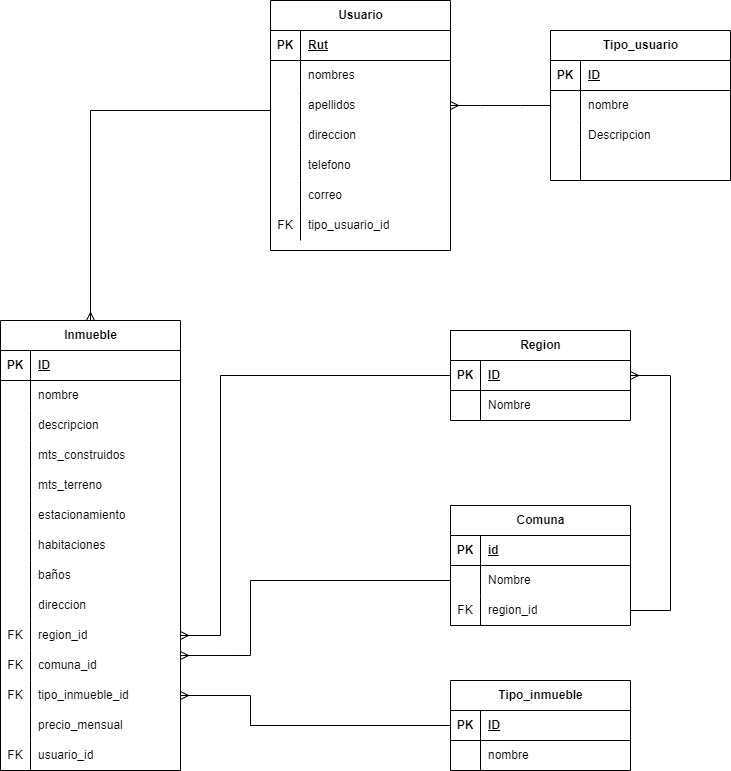
This is modelos/inmueble_diagrama.png from errante13/ProyectoM7, a draw.io export, as it was before one commit. Source tidied: cells renumbered, new cells last; positions are measured from the earlier drawing's top-left corner, leaving out a move shared by most shapes.
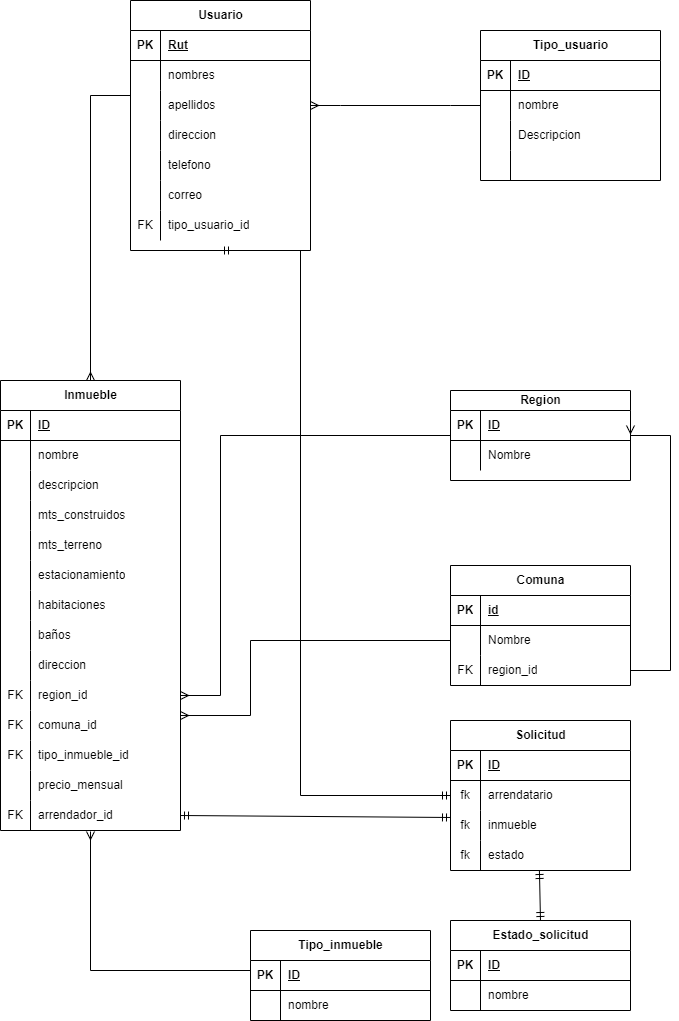
Above is the later version.

What changed in the source:
```diff
@@ -3,7 +3,7 @@
     <mxCell id="0" />
     <mxCell id="1" parent="0" />
     <mxCell id="2" value="Usuario" style="shape=table;startSize=30;rowLines=0;fontStyle=1;align=center;html=1;" parent="1" vertex="1">
-      <mxGeometry x="270" width="180" height="250" as="geometry" />
+      <mxGeometry x="130" y="-60" width="180" height="250" as="geometry" />
     </mxCell>
     <mxCell id="3" style="shape=tableRow;horizontal=0;startSize=0;swimlaneHead=0;swimlaneBody=0;fillColor=none;points=[[0,0.5],[1,0.5]];portConstraint=eastwest;top=0;left=0;right=0;bottom=1;" parent="2" vertex="1">
       <mxGeometry y="30" width="180" height="30" as="geometry" />
@@ -69,7 +69,7 @@
       <mxGeometry x="30" width="150" height="30" as="geometry" />
     </mxCell>
     <mxCell id="24" value="Tipo_usuario" style="shape=table;startSize=30;rowLines=0;fontStyle=1;align=center;html=1;" parent="1" vertex="1">
-      <mxGeometry x="550" y="30" width="180" height="150" as="geometry" />
+      <mxGeometry x="480" y="-30" width="180" height="150" as="geometry" />
     </mxCell>
     <mxCell id="25" style="shape=tableRow;horizontal=0;startSize=0;swimlaneHead=0;swimlaneBody=0;fillColor=none;top=0;left=0;right=0;bottom=1;" parent="24" vertex="1">
       <mxGeometry y="30" width="180" height="30" as="geometry" />
@@ -236,11 +236,11 @@
     <mxCell id="79" value="FK" style="shape=partialRectangle;fillColor=none;top=0;left=0;bottom=0;right=0;overflow=hidden;whiteSpace=wrap;html=1;" parent="78" vertex="1">
       <mxGeometry width="30" height="30" as="geometry" />
     </mxCell>
-    <mxCell id="80" value="usuario_id" style="shape=partialRectangle;fillColor=none;top=0;left=0;bottom=0;right=0;align=left;spacingLeft=6;overflow=hidden;whiteSpace=wrap;html=1;" parent="78" vertex="1">
+    <mxCell id="80" value="arrendador_id" style="shape=partialRectangle;fillColor=none;top=0;left=0;bottom=0;right=0;align=left;spacingLeft=6;overflow=hidden;whiteSpace=wrap;html=1;" parent="78" vertex="1">
       <mxGeometry x="30" width="150" height="30" as="geometry" />
     </mxCell>
     <mxCell id="81" value="Tipo_inmueble" style="shape=table;startSize=30;rowLines=0;fontStyle=1;align=center;html=1;" parent="1" vertex="1">
-      <mxGeometry x="450" y="680" width="180" height="90" as="geometry" />
+      <mxGeometry x="250" y="870" width="180" height="90" as="geometry" />
     </mxCell>
     <mxCell id="82" style="shape=tableRow;horizontal=0;startSize=0;swimlaneHead=0;swimlaneBody=0;fillColor=none;points=[[0,0.5],[1,0.5]];portConstraint=eastwest;top=0;left=0;right=0;bottom=1;" parent="81" vertex="1">
       <mxGeometry y="30" width="180" height="30" as="geometry" />
@@ -260,11 +260,11 @@
     <mxCell id="87" value="nombre" style="shape=partialRectangle;fillColor=none;top=0;left=0;bottom=0;right=0;align=left;spacingLeft=6;overflow=hidden;whiteSpace=wrap;html=1;" parent="85" vertex="1">
       <mxGeometry x="30" width="150" height="30" as="geometry" />
     </mxCell>
-    <mxCell id="88" value="Region" style="shape=table;startSize=30;rowLines=0;fontStyle=1;align=center;html=1;" parent="1" vertex="1">
+    <mxCell id="88" value="Region" style="shape=table;startSize=20;rowLines=0;fontStyle=1;align=center;html=1;" parent="1" vertex="1">
       <mxGeometry x="450" y="330" width="180" height="90" as="geometry" />
     </mxCell>
     <mxCell id="89" style="shape=tableRow;horizontal=0;startSize=0;swimlaneHead=0;swimlaneBody=0;fillColor=none;points=[[0,0.5],[1,0.5]];portConstraint=eastwest;top=0;left=0;right=0;bottom=1;" parent="88" vertex="1">
-      <mxGeometry y="30" width="180" height="30" as="geometry" />
+      <mxGeometry y="20" width="180" height="30" as="geometry" />
     </mxCell>
     <mxCell id="90" value="PK" style="shape=partialRectangle;fillColor=none;top=0;left=0;bottom=0;right=0;fontStyle=1;overflow=hidden;whiteSpace=wrap;html=1;" parent="89" vertex="1">
       <mxGeometry width="30" height="30" as="geometry" />
@@ -273,7 +273,7 @@
       <mxGeometry x="30" width="150" height="30" as="geometry" />
     </mxCell>
     <mxCell id="92" style="shape=tableRow;horizontal=0;startSize=0;swimlaneHead=0;swimlaneBody=0;fillColor=none;top=0;left=0;right=0;bottom=0;" parent="88" vertex="1">
-      <mxGeometry y="60" width="180" height="30" as="geometry" />
+      <mxGeometry y="50" width="180" height="30" as="geometry" />
     </mxCell>
     <mxCell id="93" style="shape=partialRectangle;fillColor=none;top=0;left=0;bottom=0;right=0;overflow=hidden;whiteSpace=wrap;html=1;" parent="92" vertex="1">
       <mxGeometry width="30" height="30" as="geometry" />
@@ -335,21 +335,94 @@
         </Array>
       </mxGeometry>
     </mxCell>
-    <mxCell id="108" style="fontSize=12;html=1;endArrow=ERmany;rounded=0;exitX=0;exitY=0.5;exitDx=0;exitDy=0;entryX=1;entryY=0.5;entryDx=0;entryDy=0;edgeStyle=orthogonalEdgeStyle;" parent="1" edge="1" source="82" target="72">
+    <mxCell id="108" style="fontSize=12;html=1;endArrow=ERmany;rounded=0;exitX=0;exitY=0.5;exitDx=0;exitDy=0;entryX=0.5;entryY=1.033;entryDx=0;entryDy=0;edgeStyle=orthogonalEdgeStyle;entryPerimeter=0;" parent="1" edge="1" source="82" target="78">
       <mxGeometry relative="1" as="geometry">
         <Array as="points">
-          <mxPoint x="250" y="725" />
-          <mxPoint x="250" y="695" />
+          <mxPoint x="250" y="910" />
+          <mxPoint x="90" y="910" />
         </Array>
       </mxGeometry>
     </mxCell>
     <mxCell id="109" style="edgeStyle=orthogonalEdgeStyle;fontSize=12;html=1;endArrow=ERmany;rounded=0;entryX=0.5;entryY=0;entryDx=0;entryDy=0;exitX=0;exitY=0.5;exitDx=0;exitDy=0;" parent="1" edge="1" source="3" target="38">
       <mxGeometry relative="1" as="geometry">
         <Array as="points">
-          <mxPoint x="270" y="110" />
-          <mxPoint x="90" y="110" />
+          <mxPoint x="90" y="35" />
         </Array>
       </mxGeometry>
     </mxCell>
+    <mxCell id="110" value="Solicitud" style="shape=table;startSize=30;rowLines=0;fontStyle=1;align=center;html=1;" parent="1" vertex="1">
+      <mxGeometry x="450" y="660" width="180" height="150" as="geometry" />
+    </mxCell>
+    <mxCell id="111" style="shape=tableRow;horizontal=0;startSize=0;swimlaneHead=0;swimlaneBody=0;fillColor=none;top=0;left=0;right=0;bottom=1;" parent="110" vertex="1">
+      <mxGeometry y="30" width="180" height="30" as="geometry" />
+    </mxCell>
+    <mxCell id="112" value="PK" style="shape=partialRectangle;fillColor=none;top=0;left=0;bottom=0;right=0;fontStyle=1;overflow=hidden;whiteSpace=wrap;html=1;" parent="111" vertex="1">
+      <mxGeometry width="30" height="30" as="geometry" />
+    </mxCell>
+    <mxCell id="113" value="ID" style="shape=partialRectangle;fillColor=none;top=0;left=0;bottom=0;right=0;align=left;spacingLeft=6;fontStyle=5;overflow=hidden;whiteSpace=wrap;html=1;" parent="111" vertex="1">
+      <mxGeometry x="30" width="150" height="30" as="geometry" />
+    </mxCell>
+    <mxCell id="114" style="shape=tableRow;horizontal=0;startSize=0;swimlaneHead=0;swimlaneBody=0;fillColor=none;points=[[0,0.5],[1,0.5]];portConstraint=eastwest;top=0;left=0;right=0;bottom=0;" parent="110" vertex="1">
+      <mxGeometry y="60" width="180" height="30" as="geometry" />
+    </mxCell>
+    <mxCell id="115" value="fk" style="shape=partialRectangle;fillColor=none;top=0;left=0;bottom=0;right=0;overflow=hidden;whiteSpace=wrap;html=1;" parent="114" vertex="1">
+      <mxGeometry width="30" height="30" as="geometry" />
+    </mxCell>
+    <mxCell id="116" value="arrendatario" style="shape=partialRectangle;fillColor=none;top=0;left=0;bottom=0;right=0;align=left;spacingLeft=6;overflow=hidden;whiteSpace=wrap;html=1;" parent="114" vertex="1">
+      <mxGeometry x="30" width="150" height="30" as="geometry" />
+    </mxCell>
+    <mxCell id="117" style="shape=tableRow;horizontal=0;startSize=0;swimlaneHead=0;swimlaneBody=0;fillColor=none;points=[[0,0.5],[1,0.5]];portConstraint=eastwest;top=0;left=0;right=0;bottom=0;" parent="110" vertex="1">
+      <mxGeometry y="90" width="180" height="30" as="geometry" />
+    </mxCell>
+    <mxCell id="118" value="fk" style="shape=partialRectangle;fillColor=none;top=0;left=0;bottom=0;right=0;overflow=hidden;whiteSpace=wrap;html=1;" parent="117" vertex="1">
+      <mxGeometry width="30" height="30" as="geometry" />
+    </mxCell>
+    <mxCell id="119" value="inmueble" style="shape=partialRectangle;fillColor=none;top=0;left=0;bottom=0;right=0;align=left;spacingLeft=6;overflow=hidden;whiteSpace=wrap;html=1;" parent="117" vertex="1">
+      <mxGeometry x="30" width="150" height="30" as="geometry" />
+    </mxCell>
+    <mxCell id="120" style="shape=tableRow;horizontal=0;startSize=0;swimlaneHead=0;swimlaneBody=0;fillColor=none;points=[[0,0.5],[1,0.5]];portConstraint=eastwest;top=0;left=0;right=0;bottom=0;" parent="110" vertex="1">
+      <mxGeometry y="120" width="180" height="30" as="geometry" />
+    </mxCell>
+    <mxCell id="121" value="fk" style="shape=partialRectangle;fillColor=none;top=0;left=0;bottom=0;right=0;overflow=hidden;whiteSpace=wrap;html=1;" parent="120" vertex="1">
+      <mxGeometry width="30" height="30" as="geometry" />
+    </mxCell>
+    <mxCell id="122" value="estado" style="shape=partialRectangle;fillColor=none;top=0;left=0;bottom=0;right=0;align=left;spacingLeft=6;overflow=hidden;whiteSpace=wrap;html=1;" parent="120" vertex="1">
+      <mxGeometry x="30" width="150" height="30" as="geometry" />
+    </mxCell>
+    <mxCell id="123" style="fontSize=12;html=1;endArrow=ERmandOne;startArrow=ERmandOne;rounded=0;entryX=0.5;entryY=1;entryDx=0;entryDy=0;exitX=0;exitY=0.5;exitDx=0;exitDy=0;edgeStyle=orthogonalEdgeStyle;" parent="1" edge="1" source="114" target="2">
+      <mxGeometry relative="1" as="geometry">
+        <Array as="points">
+          <mxPoint x="300" y="735" />
+          <mxPoint x="300" y="190" />
+        </Array>
+      </mxGeometry>
+    </mxCell>
+    <mxCell id="124" style="fontSize=12;html=1;endArrow=ERmandOne;startArrow=ERmandOne;rounded=0;entryX=1;entryY=0.5;entryDx=0;entryDy=0;exitX=0;exitY=0.233;exitDx=0;exitDy=0;exitPerimeter=0;" parent="1" edge="1" source="117" target="78">
+      <mxGeometry relative="1" as="geometry" />
+    </mxCell>
+    <mxCell id="125" value="Estado_solicitud" style="shape=table;startSize=30;rowLines=0;fontStyle=1;align=center;html=1;" parent="1" vertex="1">
+      <mxGeometry x="450" y="860" width="180" height="90" as="geometry" />
+    </mxCell>
+    <mxCell id="126" style="shape=tableRow;horizontal=0;startSize=0;swimlaneHead=0;swimlaneBody=0;fillColor=none;top=0;left=0;right=0;bottom=1;" parent="125" vertex="1">
+      <mxGeometry y="30" width="180" height="30" as="geometry" />
+    </mxCell>
+    <mxCell id="127" value="PK" style="shape=partialRectangle;fillColor=none;top=0;left=0;bottom=0;right=0;fontStyle=1;overflow=hidden;whiteSpace=wrap;html=1;" parent="126" vertex="1">
+      <mxGeometry width="30" height="30" as="geometry" />
+    </mxCell>
+    <mxCell id="128" value="ID" style="shape=partialRectangle;fillColor=none;top=0;left=0;bottom=0;right=0;align=left;spacingLeft=6;fontStyle=5;overflow=hidden;whiteSpace=wrap;html=1;" parent="126" vertex="1">
+      <mxGeometry x="30" width="150" height="30" as="geometry" />
+    </mxCell>
+    <mxCell id="129" style="shape=tableRow;horizontal=0;startSize=0;swimlaneHead=0;swimlaneBody=0;fillColor=none;top=0;left=0;right=0;bottom=0;" parent="125" vertex="1">
+      <mxGeometry y="60" width="180" height="30" as="geometry" />
+    </mxCell>
+    <mxCell id="130" style="shape=partialRectangle;fillColor=none;top=0;left=0;bottom=0;right=0;overflow=hidden;whiteSpace=wrap;html=1;" parent="129" vertex="1">
+      <mxGeometry width="30" height="30" as="geometry" />
+    </mxCell>
+    <mxCell id="131" value="nombre" style="shape=partialRectangle;fillColor=none;top=0;left=0;bottom=0;right=0;align=left;spacingLeft=6;overflow=hidden;whiteSpace=wrap;html=1;" parent="129" vertex="1">
+      <mxGeometry x="30" width="150" height="30" as="geometry" />
+    </mxCell>
+    <mxCell id="132" style="fontSize=12;html=1;endArrow=ERmandOne;startArrow=ERmandOne;rounded=0;entryX=0.494;entryY=1;entryDx=0;entryDy=0;exitX=0.5;exitY=0;exitDx=0;exitDy=0;entryPerimeter=0;" parent="1" edge="1" source="125" target="120">
+      <mxGeometry relative="1" as="geometry" />
+    </mxCell>
   </root>
 </mxGraphModel>
```
